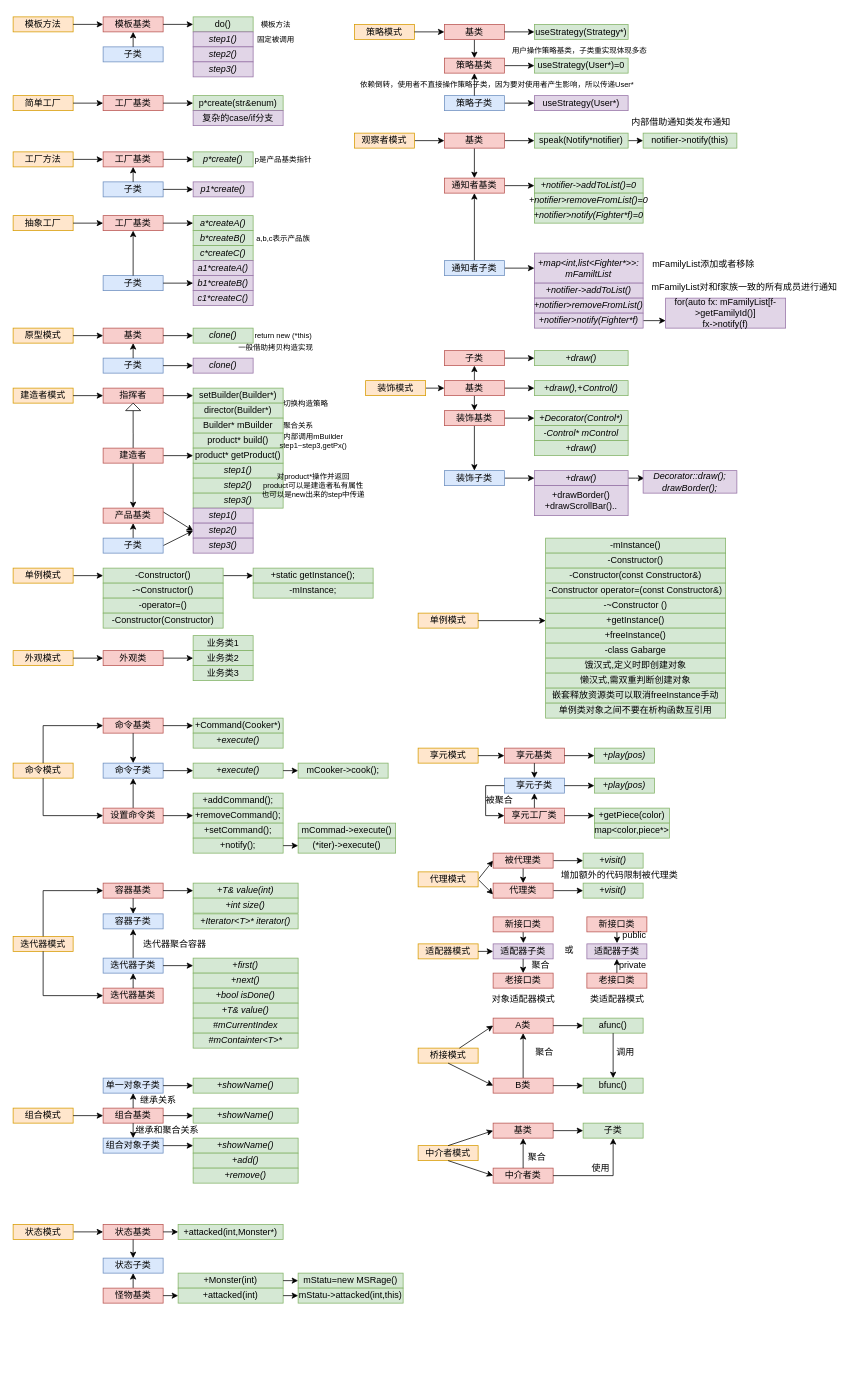
Above: designMode.drawio in chenbei97/C--DesignMode (draw.io), before the change. Source tidied: cells renumbered, new cells numbered last; positions are measured from the earlier drawing's top-left corner, leaving out a move shared by most shapes. Both pictures are drawn from the tidied source at 75%, with x=0, y=0 at pixel (13, 13).
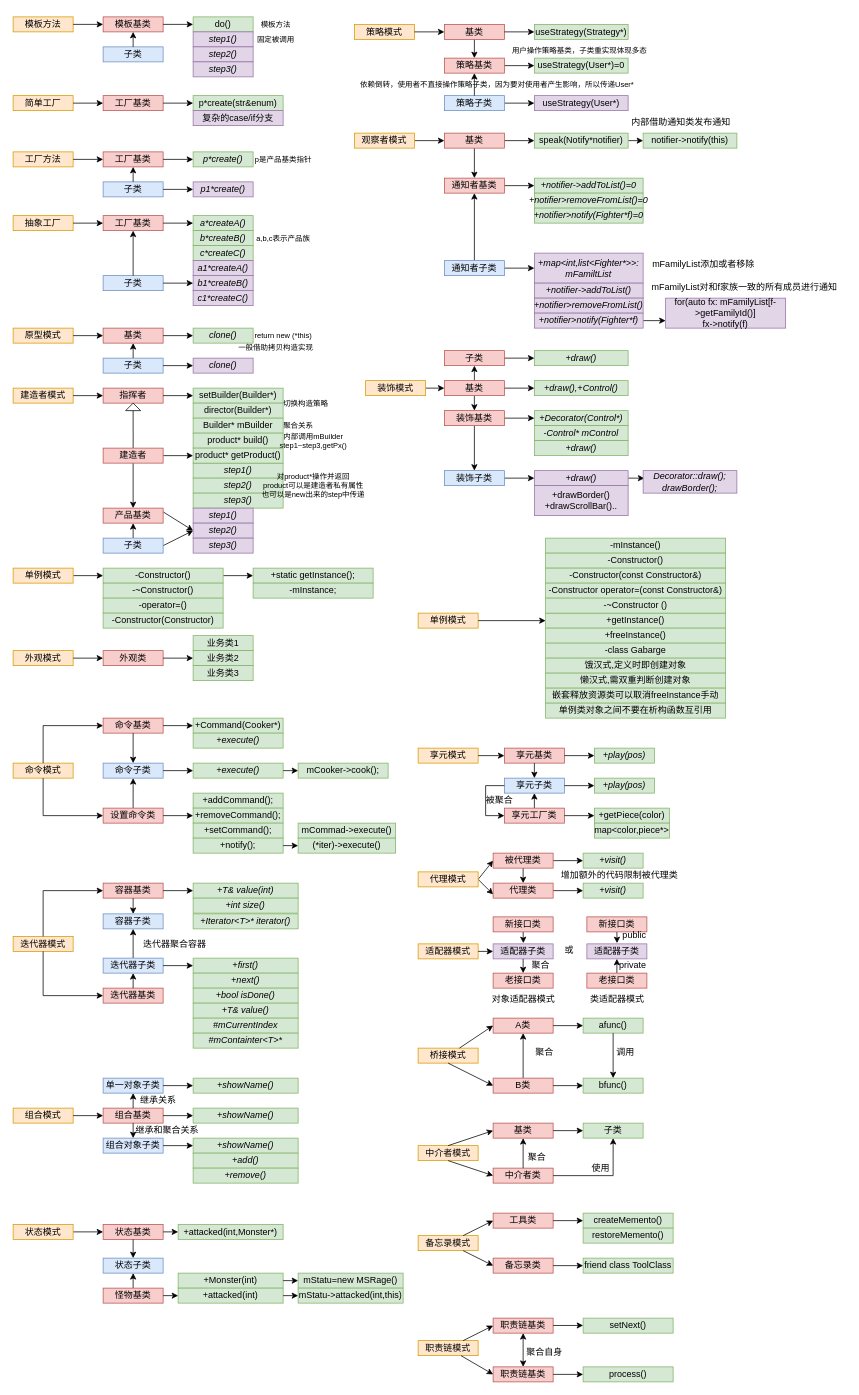
The same diagram, later.

Commit message (it also covers changes not shown here):
职责链模式

What changed in the source:
```diff
@@
+    <mxCell id="340" style="group;" parent="1" vertex="1">
+      <mxGeometry x="540" y="1600" width="340" height="80" as="geometry" />
+    </mxCell>
+    <mxCell id="341" value="备忘录模式" style="whiteSpace=wrap;html=1;fillColor=#ffe6cc;strokeColor=#d79b00;" parent="340" vertex="1">
+      <mxGeometry y="30" width="80" height="20" as="geometry" />
+    </mxCell>
+    <mxCell id="342" value="备忘录类" style="whiteSpace=wrap;html=1;fillColor=#f8cecc;strokeColor=#b85450;" parent="340" vertex="1">
+      <mxGeometry x="100" y="60" width="80" height="20" as="geometry" />
+    </mxCell>
+    <mxCell id="343" style="edgeStyle=none;html=1;entryX=0;entryY=0.5;entryDx=0;entryDy=0;" parent="340" edge="1" source="341" target="342">
+      <mxGeometry relative="1" as="geometry" />
+    </mxCell>
+    <mxCell id="344" value="工具类" style="whiteSpace=wrap;html=1;fillColor=#f8cecc;strokeColor=#b85450;" parent="340" vertex="1">
+      <mxGeometry x="100" width="80" height="20" as="geometry" />
+    </mxCell>
+    <mxCell id="345" style="edgeStyle=none;html=1;entryX=0;entryY=0.5;entryDx=0;entryDy=0;" parent="340" edge="1" source="341" target="344">
+      <mxGeometry relative="1" as="geometry" />
+    </mxCell>
+    <mxCell id="346" value="createMemento()" style="whiteSpace=wrap;html=1;fillColor=#d5e8d4;strokeColor=#82b366;" parent="340" vertex="1">
+      <mxGeometry x="220" width="120" height="20" as="geometry" />
+    </mxCell>
+    <mxCell id="347" style="edgeStyle=none;html=1;entryX=0;entryY=0.5;entryDx=0;entryDy=0;" parent="340" edge="1" source="344" target="346">
+      <mxGeometry relative="1" as="geometry" />
+    </mxCell>
+    <mxCell id="348" value="friend class ToolClass" style="whiteSpace=wrap;html=1;fillColor=#d5e8d4;strokeColor=#82b366;" parent="340" vertex="1">
+      <mxGeometry x="220" y="60" width="120" height="20" as="geometry" />
+    </mxCell>
+    <mxCell id="349" style="edgeStyle=none;html=1;entryX=0;entryY=0.5;entryDx=0;entryDy=0;" parent="340" edge="1" source="342" target="348">
+      <mxGeometry relative="1" as="geometry" />
+    </mxCell>
+    <mxCell id="350" value="restoreMemento()" style="whiteSpace=wrap;html=1;fillColor=#d5e8d4;strokeColor=#82b366;" parent="340" vertex="1">
+      <mxGeometry x="220" y="20" width="120" height="20" as="geometry" />
+    </mxCell>
+    <mxCell id="351" style="group;" parent="1" vertex="1">
+      <mxGeometry x="540" y="1740" width="340" height="85" as="geometry" />
+    </mxCell>
+    <mxCell id="352" value="职责链模式" style="whiteSpace=wrap;html=1;fillColor=#ffe6cc;strokeColor=#d79b00;" parent="351" vertex="1">
+      <mxGeometry y="30" width="80" height="20" as="geometry" />
+    </mxCell>
+    <mxCell id="353" value="职责链基类" style="whiteSpace=wrap;html=1;fillColor=#f8cecc;strokeColor=#b85450;" parent="351" vertex="1">
+      <mxGeometry x="100" width="80" height="20" as="geometry" />
+    </mxCell>
+    <mxCell id="354" style="edgeStyle=none;html=1;entryX=0;entryY=0.5;entryDx=0;entryDy=0;startArrow=none;startFill=0;endArrow=classic;endFill=1;" parent="351" edge="1" source="352" target="353">
+      <mxGeometry relative="1" as="geometry" />
+    </mxCell>
+    <mxCell id="355" style="html=1;entryX=0.5;entryY=1;entryDx=0;entryDy=0;startArrow=classic;startFill=1;" parent="351" edge="1" source="356" target="353">
+      <mxGeometry relative="1" as="geometry" />
+    </mxCell>
+    <mxCell id="356" value="职责链基类" style="whiteSpace=wrap;html=1;fillColor=#f8cecc;strokeColor=#b85450;" parent="351" vertex="1">
+      <mxGeometry x="100" y="65" width="80" height="20" as="geometry" />
+    </mxCell>
+    <mxCell id="357" style="edgeStyle=none;html=1;entryX=0;entryY=0.5;entryDx=0;entryDy=0;startArrow=none;startFill=0;endArrow=classic;endFill=1;" parent="351" edge="1" source="352" target="356">
+      <mxGeometry relative="1" as="geometry" />
+    </mxCell>
+    <mxCell id="358" value="聚合自身" style="text;html=1;align=center;verticalAlign=middle;strokeColor=none;fillColor=none;" parent="351" vertex="1">
+      <mxGeometry x="132.5" y="30" width="70" height="30" as="geometry" />
+    </mxCell>
+    <mxCell id="359" value="process()" style="whiteSpace=wrap;html=1;fillColor=#d5e8d4;strokeColor=#82b366;" parent="351" vertex="1">
+      <mxGeometry x="220" y="65" width="120" height="20" as="geometry" />
+    </mxCell>
+    <mxCell id="360" style="edgeStyle=none;html=1;exitX=1;exitY=0.5;exitDx=0;exitDy=0;startArrow=none;startFill=0;endArrow=classic;endFill=1;" parent="351" edge="1" source="356" target="359">
+      <mxGeometry relative="1" as="geometry" />
+    </mxCell>
+    <mxCell id="361" value="setNext()" style="whiteSpace=wrap;html=1;fillColor=#d5e8d4;strokeColor=#82b366;" parent="351" vertex="1">
+      <mxGeometry x="220" width="120" height="20" as="geometry" />
+    </mxCell>
+    <mxCell id="362" style="edgeStyle=none;html=1;exitX=1;exitY=0.5;exitDx=0;exitDy=0;startArrow=none;startFill=0;endArrow=classic;endFill=1;" parent="351" edge="1">
+      <mxGeometry relative="1" as="geometry">
+        <mxPoint x="180" y="9.8" as="sourcePoint" />
+        <mxPoint x="220" y="9.8" as="targetPoint" />
+      </mxGeometry>
+    </mxCell>
```
